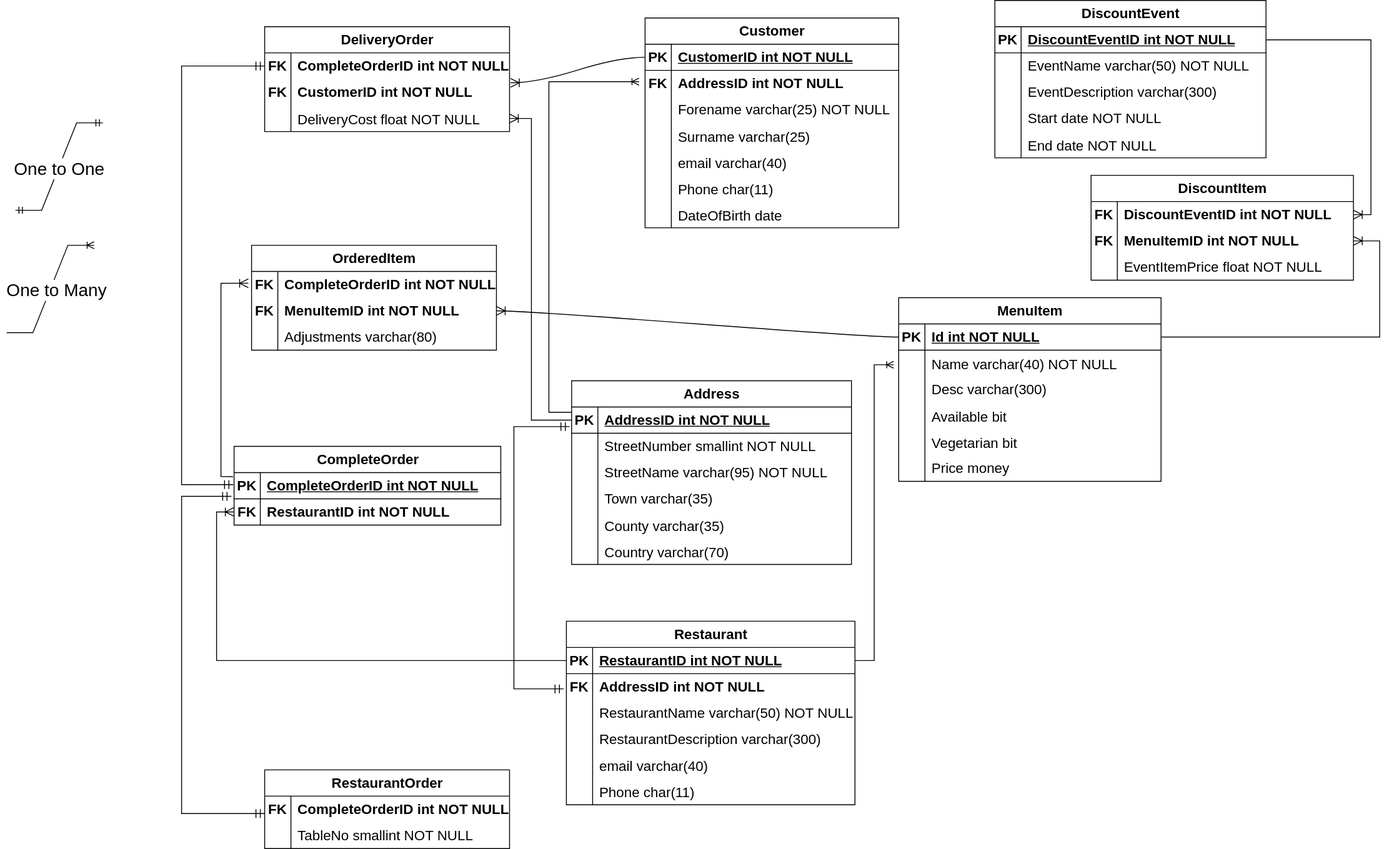
This is Report/diagram.drawio.svg from richardh05/Carlos-Pizza, a draw.io export, as it was before one commit. Source tidied: cells renumbered, new cells last; positions are measured from the earlier drawing's top-left corner, leaving out a move shared by most shapes.
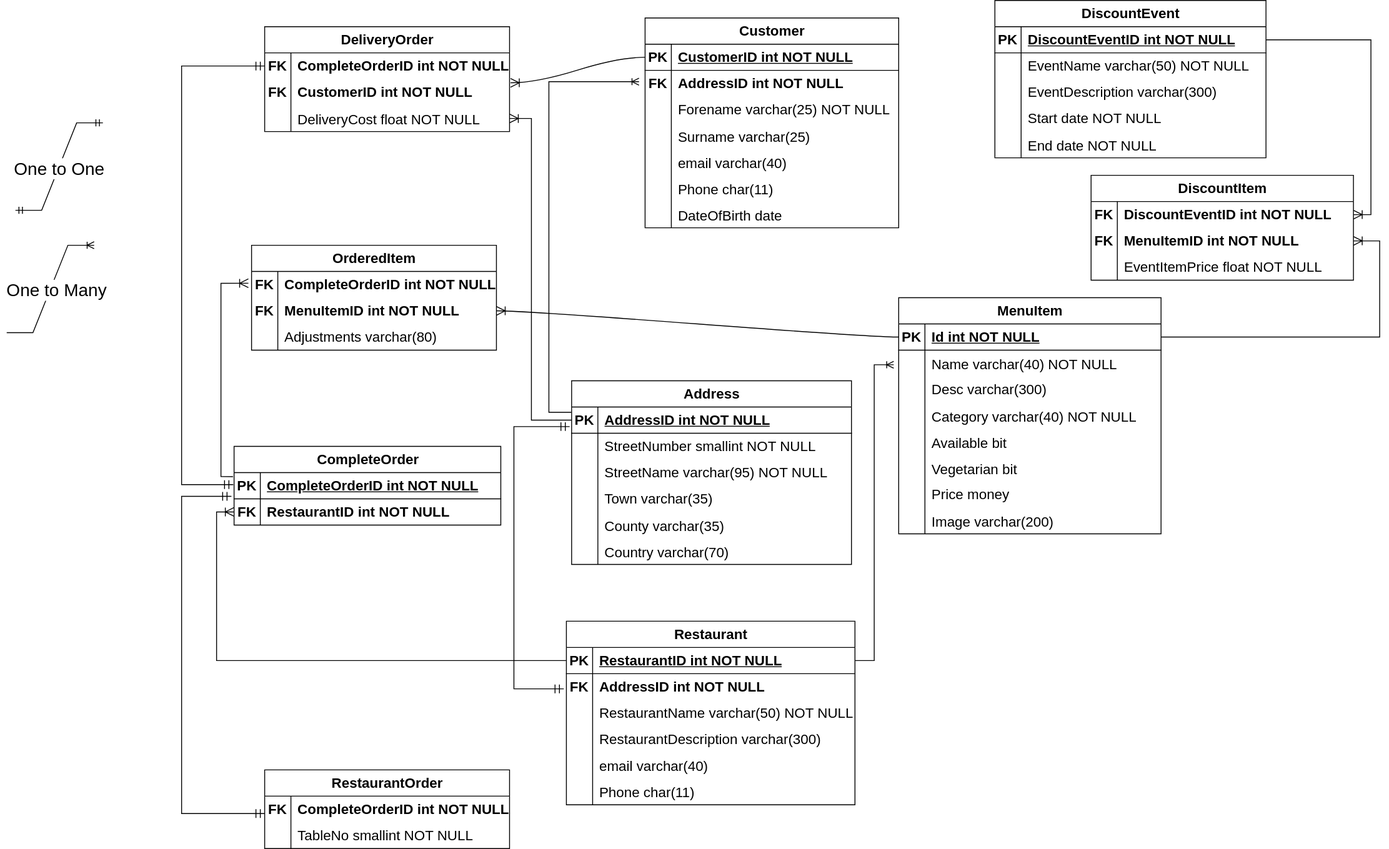
The same diagram one commit later.

Commit message:
DbInitializer now includes appropriate entries, erd updated to match

What changed in the source:
```diff
@@ -177,7 +177,7 @@
       <mxGeometry x="30" width="250" height="30" as="geometry" />
     </mxCell>
     <mxCell id="60" value="MenuItem" style="shape=table;startSize=30;rowLines=0;fontStyle=1;align=center;html=1;fontSize=16;" parent="1" vertex="1">
-      <mxGeometry x="1020" y="340" width="300" height="210" as="geometry" />
+      <mxGeometry x="1020" y="340" width="300" height="270" as="geometry" />
     </mxCell>
     <mxCell id="61" style="shape=tableRow;horizontal=0;startSize=0;swimlaneHead=0;swimlaneBody=0;fillColor=none;points=[[0,0.5],[1,0.5]];portConstraint=eastwest;top=0;left=0;right=0;bottom=1;fontSize=16;" parent="60" vertex="1">
       <mxGeometry y="30" width="300" height="30" as="geometry" />
@@ -206,8 +206,17 @@
     <mxCell id="69" value="Desc varchar(300)" style="shape=partialRectangle;fillColor=none;top=0;left=0;bottom=0;right=0;align=left;spacingLeft=6;overflow=hidden;whiteSpace=wrap;html=1;fontSize=16;" parent="67" vertex="1">
       <mxGeometry x="30" width="270" height="30" as="geometry" />
     </mxCell>
+    <mxCell id="157" style="shape=tableRow;horizontal=0;startSize=0;swimlaneHead=0;swimlaneBody=0;fillColor=none;top=0;left=0;right=0;bottom=0;" parent="60" vertex="1">
+      <mxGeometry y="120" width="300" height="30" as="geometry" />
+    </mxCell>
+    <mxCell id="158" style="shape=partialRectangle;fillColor=none;top=0;left=0;bottom=0;right=0;overflow=hidden;" parent="157" vertex="1">
+      <mxGeometry width="30" height="30" as="geometry" />
+    </mxCell>
+    <mxCell id="159" value="Category varchar(40) NOT NULL" style="shape=partialRectangle;fillColor=none;top=0;left=0;bottom=0;right=0;align=left;spacingLeft=6;overflow=hidden;fontSize=16;" parent="157" vertex="1">
+      <mxGeometry x="30" width="270" height="30" as="geometry" />
+    </mxCell>
     <mxCell id="70" style="shape=tableRow;horizontal=0;startSize=0;swimlaneHead=0;swimlaneBody=0;fillColor=none;top=0;left=0;right=0;bottom=0;" parent="60" vertex="1">
-      <mxGeometry y="120" width="300" height="30" as="geometry" />
+      <mxGeometry y="150" width="300" height="30" as="geometry" />
     </mxCell>
     <mxCell id="71" style="shape=partialRectangle;fillColor=none;top=0;left=0;bottom=0;right=0;overflow=hidden;" parent="70" vertex="1">
       <mxGeometry width="30" height="30" as="geometry" />
@@ -216,7 +225,7 @@
       <mxGeometry x="30" width="270" height="30" as="geometry" />
     </mxCell>
     <mxCell id="73" style="shape=tableRow;horizontal=0;startSize=0;swimlaneHead=0;swimlaneBody=0;fillColor=none;top=0;left=0;right=0;bottom=0;fontSize=16;" parent="60" vertex="1">
-      <mxGeometry y="150" width="300" height="30" as="geometry" />
+      <mxGeometry y="180" width="300" height="30" as="geometry" />
     </mxCell>
     <mxCell id="74" style="shape=partialRectangle;fillColor=none;top=0;left=0;bottom=0;right=0;overflow=hidden;fontSize=16;" parent="73" vertex="1">
       <mxGeometry width="30" height="30" as="geometry" />
@@ -225,7 +234,7 @@
       <mxGeometry x="30" width="270" height="30" as="geometry" />
     </mxCell>
     <mxCell id="76" style="shape=tableRow;horizontal=0;startSize=0;swimlaneHead=0;swimlaneBody=0;fillColor=none;top=0;left=0;right=0;bottom=0;fontSize=16;" parent="60" vertex="1">
-      <mxGeometry y="180" width="300" height="30" as="geometry" />
+      <mxGeometry y="210" width="300" height="30" as="geometry" />
     </mxCell>
     <mxCell id="77" style="shape=partialRectangle;fillColor=none;top=0;left=0;bottom=0;right=0;overflow=hidden;whiteSpace=wrap;html=1;fontSize=16;" parent="76" vertex="1">
       <mxGeometry width="30" height="30" as="geometry" />
@@ -233,6 +242,15 @@
     <mxCell id="78" value="Price money" style="shape=partialRectangle;fillColor=none;top=0;left=0;bottom=0;right=0;align=left;spacingLeft=6;overflow=hidden;whiteSpace=wrap;html=1;fontSize=16;" parent="76" vertex="1">
       <mxGeometry x="30" width="270" height="30" as="geometry" />
     </mxCell>
+    <mxCell id="160" style="shape=tableRow;horizontal=0;startSize=0;swimlaneHead=0;swimlaneBody=0;fillColor=none;top=0;left=0;right=0;bottom=0;fontSize=16;" parent="60" vertex="1">
+      <mxGeometry y="240" width="300" height="30" as="geometry" />
+    </mxCell>
+    <mxCell id="161" style="shape=partialRectangle;fillColor=none;top=0;left=0;bottom=0;right=0;overflow=hidden;fontSize=16;" parent="160" vertex="1">
+      <mxGeometry width="30" height="30" as="geometry" />
+    </mxCell>
+    <mxCell id="162" value="Image varchar(200)" style="shape=partialRectangle;fillColor=none;top=0;left=0;bottom=0;right=0;align=left;spacingLeft=6;overflow=hidden;fontSize=16;" parent="160" vertex="1">
+      <mxGeometry x="30" width="270" height="30" as="geometry" />
+    </mxCell>
     <mxCell id="79" value="DeliveryOrder" style="shape=table;startSize=30;rowLines=0;fontStyle=1;align=center;html=1;fontSize=16;" parent="1" vertex="1">
       <mxGeometry x="295" y="30" width="280" height="120" as="geometry" />
     </mxCell>
```
